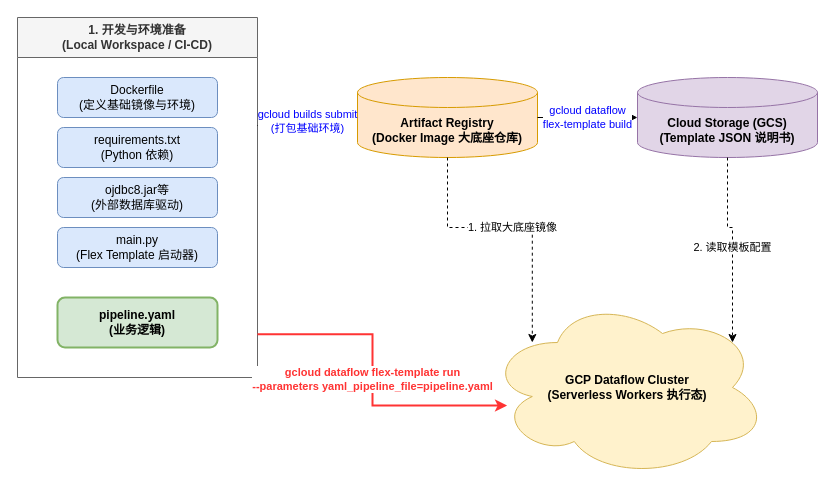
nvd11/beam-yaml-dataflow-blog keeps this draw.io diagram as beam_yaml_dataflow_architecture.drawio. Above is the earlier version. Source tidied: cells renumbered, new cells numbered last; positions are measured from the earlier drawing's top-left corner, leaving out a move shared by most shapes. Both pictures are drawn from the tidied source at 100%, with x=0, y=0 at pixel (17, 17).
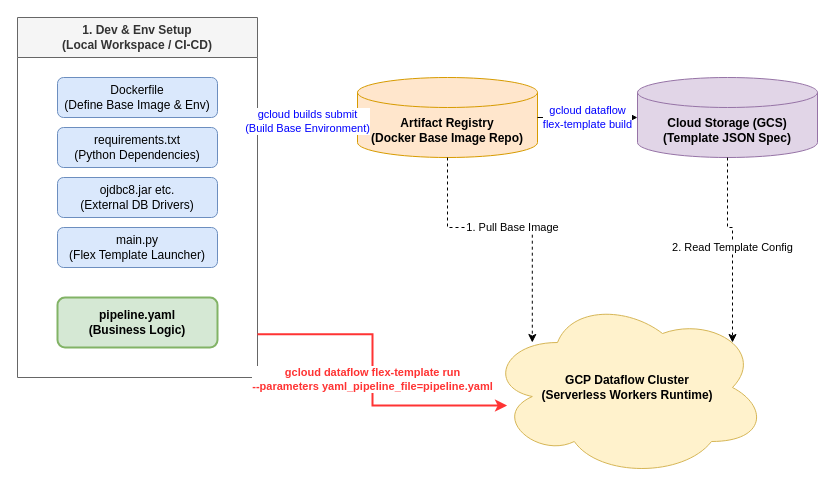
Above is the later version.

Commit message:
Update drawio to remove Chinese characters

The edit, as a diff of the source:
```diff
@@
 <mxGraphModel>
   <root>
     <mxCell id="0" />
     <mxCell id="1" parent="0" />
-    <mxCell id="2" value="1. 开发与环境准备&#10;(Local Workspace / CI-CD)" style="swimlane;whiteSpace=wrap;html=1;startSize=40;fillColor=#f5f5f5;fontColor=#333333;strokeColor=#666666;fontStyle=1;" parent="1" vertex="1">
+    <mxCell id="2" value="1. Dev &amp; Env Setup&#10;(Local Workspace / CI-CD)" style="swimlane;whiteSpace=wrap;html=1;startSize=40;fillColor=#f5f5f5;fontColor=#333333;strokeColor=#666666;fontStyle=1;" parent="1" vertex="1">
       <mxGeometry width="240" height="360" as="geometry" />
     </mxCell>
-    <mxCell id="3" value="Dockerfile&#10;(定义基础镜像与环境)" style="rounded=1;whiteSpace=wrap;html=1;fillColor=#dae8fc;strokeColor=#6c8ebf;" parent="2" vertex="1">
+    <mxCell id="3" value="Dockerfile&#10;(Define Base Image &amp; Env)" style="rounded=1;whiteSpace=wrap;html=1;fillColor=#dae8fc;strokeColor=#6c8ebf;" parent="2" vertex="1">
       <mxGeometry x="40" y="60" width="160" height="40" as="geometry" />
     </mxCell>
-    <mxCell id="4" value="requirements.txt&#10;(Python 依赖)" style="rounded=1;whiteSpace=wrap;html=1;fillColor=#dae8fc;strokeColor=#6c8ebf;" parent="2" vertex="1">
+    <mxCell id="4" value="requirements.txt&#10;(Python Dependencies)" style="rounded=1;whiteSpace=wrap;html=1;fillColor=#dae8fc;strokeColor=#6c8ebf;" parent="2" vertex="1">
       <mxGeometry x="40" y="110" width="160" height="40" as="geometry" />
     </mxCell>
-    <mxCell id="5" value="ojdbc8.jar等&#10;(外部数据库驱动)" style="rounded=1;whiteSpace=wrap;html=1;fillColor=#dae8fc;strokeColor=#6c8ebf;" parent="2" vertex="1">
+    <mxCell id="5" value="ojdbc8.jar etc.&#10;(External DB Drivers)" style="rounded=1;whiteSpace=wrap;html=1;fillColor=#dae8fc;strokeColor=#6c8ebf;" parent="2" vertex="1">
       <mxGeometry x="40" y="160" width="160" height="40" as="geometry" />
     </mxCell>
-    <mxCell id="6" value="main.py&#10;(Flex Template 启动器)" style="rounded=1;whiteSpace=wrap;html=1;fillColor=#dae8fc;strokeColor=#6c8ebf;" parent="2" vertex="1">
+    <mxCell id="6" value="main.py&#10;(Flex Template Launcher)" style="rounded=1;whiteSpace=wrap;html=1;fillColor=#dae8fc;strokeColor=#6c8ebf;" parent="2" vertex="1">
       <mxGeometry x="40" y="210" width="160" height="40" as="geometry" />
     </mxCell>
-    <mxCell id="7" value="pipeline.yaml&#10;(业务逻辑)" style="rounded=1;whiteSpace=wrap;html=1;fillColor=#d5e8d4;strokeColor=#82b366;strokeWidth=2;fontStyle=1;" parent="2" vertex="1">
+    <mxCell id="7" value="pipeline.yaml&#10;(Business Logic)" style="rounded=1;whiteSpace=wrap;html=1;fillColor=#d5e8d4;strokeColor=#82b366;strokeWidth=2;fontStyle=1;" parent="2" vertex="1">
       <mxGeometry x="40" y="280" width="160" height="50" as="geometry" />
     </mxCell>
-    <mxCell id="8" value="Artifact Registry&#10;(Docker Image 大底座仓库)" style="shape=cylinder3;whiteSpace=wrap;html=1;boundedLbl=1;backgroundOutline=1;size=15;fillColor=#ffe6cc;strokeColor=#d79b00;fontStyle=1;" parent="1" vertex="1">
+    <mxCell id="8" value="Artifact Registry&#10;(Docker Base Image Repo)" style="shape=cylinder3;whiteSpace=wrap;html=1;boundedLbl=1;backgroundOutline=1;size=15;fillColor=#ffe6cc;strokeColor=#d79b00;fontStyle=1;" parent="1" vertex="1">
       <mxGeometry x="340" y="60" width="180" height="80" as="geometry" />
     </mxCell>
-    <mxCell id="9" value="gcloud builds submit&#10;(打包基础环境)" style="edgeStyle=orthogonalEdgeStyle;rounded=0;jettySize=auto;html=1;exitX=1;exitY=0.3;exitDx=0;exitDy=0;entryX=0;entryY=0.5;entryDx=0;entryDy=0;entryPerimeter=0;fontColor=#0000FF;" parent="1" edge="1" source="2" target="8">
+    <mxCell id="9" value="gcloud builds submit&#10;(Build Base Environment)" style="edgeStyle=orthogonalEdgeStyle;rounded=0;jettySize=auto;html=1;exitX=1;exitY=0.3;exitDx=0;exitDy=0;entryX=0;entryY=0.5;entryDx=0;entryDy=0;entryPerimeter=0;fontColor=#0000FF;" parent="1" edge="1" source="2" target="8">
       <mxGeometry relative="1" as="geometry" />
     </mxCell>
-    <mxCell id="10" value="Cloud Storage (GCS)&#10;(Template JSON 说明书)" style="shape=cylinder3;whiteSpace=wrap;html=1;boundedLbl=1;backgroundOutline=1;size=15;fillColor=#e1d5e7;strokeColor=#9673a6;fontStyle=1;" parent="1" vertex="1">
+    <mxCell id="10" value="Cloud Storage (GCS)&#10;(Template JSON Spec)" style="shape=cylinder3;whiteSpace=wrap;html=1;boundedLbl=1;backgroundOutline=1;size=15;fillColor=#e1d5e7;strokeColor=#9673a6;fontStyle=1;" parent="1" vertex="1">
       <mxGeometry x="620" y="60" width="180" height="80" as="geometry" />
     </mxCell>
     <mxCell id="11" value="gcloud dataflow &#10;flex-template build" style="edgeStyle=orthogonalEdgeStyle;rounded=0;jettySize=auto;html=1;exitX=1;exitY=0.5;exitDx=0;exitDy=0;exitPerimeter=0;entryX=0;entryY=0.5;entryDx=0;entryDy=0;entryPerimeter=0;fontColor=#0000FF;" parent="1" edge="1" source="8" target="10">
       <mxGeometry relative="1" as="geometry" />
     </mxCell>
-    <mxCell id="12" value="GCP Dataflow Cluster&#10;(Serverless Workers 执行态)" style="ellipse;shape=cloud;whiteSpace=wrap;html=1;fillColor=#fff2cc;strokeColor=#d6b656;width=220;height=140;fontStyle=1;" parent="1" vertex="1">
+    <mxCell id="12" value="GCP Dataflow Cluster&#10;(Serverless Workers Runtime)" style="ellipse;shape=cloud;whiteSpace=wrap;html=1;fillColor=#fff2cc;strokeColor=#d6b656;width=220;height=140;fontStyle=1;" parent="1" vertex="1">
       <mxGeometry x="470" y="280" width="280" height="180" as="geometry" />
     </mxCell>
-    <mxCell id="13" value="1. 拉取大底座镜像" style="edgeStyle=orthogonalEdgeStyle;rounded=0;jettySize=auto;html=1;exitX=0.5;exitY=1;exitDx=0;exitDy=0;exitPerimeter=0;entryX=0.16;entryY=0.25;entryDx=0;entryDy=0;entryPerimeter=0;dashed=1;" parent="1" edge="1" source="8" target="12">
+    <mxCell id="13" value="1. Pull Base Image" style="edgeStyle=orthogonalEdgeStyle;rounded=0;jettySize=auto;html=1;exitX=0.5;exitY=1;exitDx=0;exitDy=0;exitPerimeter=0;entryX=0.16;entryY=0.25;entryDx=0;entryDy=0;entryPerimeter=0;dashed=1;" parent="1" edge="1" source="8" target="12">
       <mxGeometry relative="1" as="geometry" />
     </mxCell>
-    <mxCell id="14" value="2. 读取模板配置" style="edgeStyle=orthogonalEdgeStyle;rounded=0;jettySize=auto;html=1;exitX=0.5;exitY=1;exitDx=0;exitDy=0;exitPerimeter=0;entryX=0.875;entryY=0.25;entryDx=0;entryDy=0;entryPerimeter=0;dashed=1;" parent="1" edge="1" source="10" target="12">
+    <mxCell id="14" value="2. Read Template Config" style="edgeStyle=orthogonalEdgeStyle;rounded=0;jettySize=auto;html=1;exitX=0.5;exitY=1;exitDx=0;exitDy=0;exitPerimeter=0;entryX=0.875;entryY=0.25;entryDx=0;entryDy=0;entryPerimeter=0;dashed=1;" parent="1" edge="1" source="10" target="12">
       <mxGeometry relative="1" as="geometry" />
     </mxCell>
     <mxCell id="15" value="gcloud dataflow flex-template run&#10;--parameters yaml_pipeline_file=pipeline.yaml" style="edgeStyle=orthogonalEdgeStyle;rounded=0;jettySize=auto;html=1;exitX=1;exitY=0.88;exitDx=0;exitDy=0;entryX=0.07;entryY=0.6;entryDx=0;entryDy=0;entryPerimeter=0;strokeWidth=2;strokeColor=#FF3333;fontColor=#FF3333;fontStyle=1;" parent="1" edge="1" source="2" target="12">
       <mxGeometry relative="1" as="geometry" />
     </mxCell>
   </root>
 </mxGraphModel>
```
